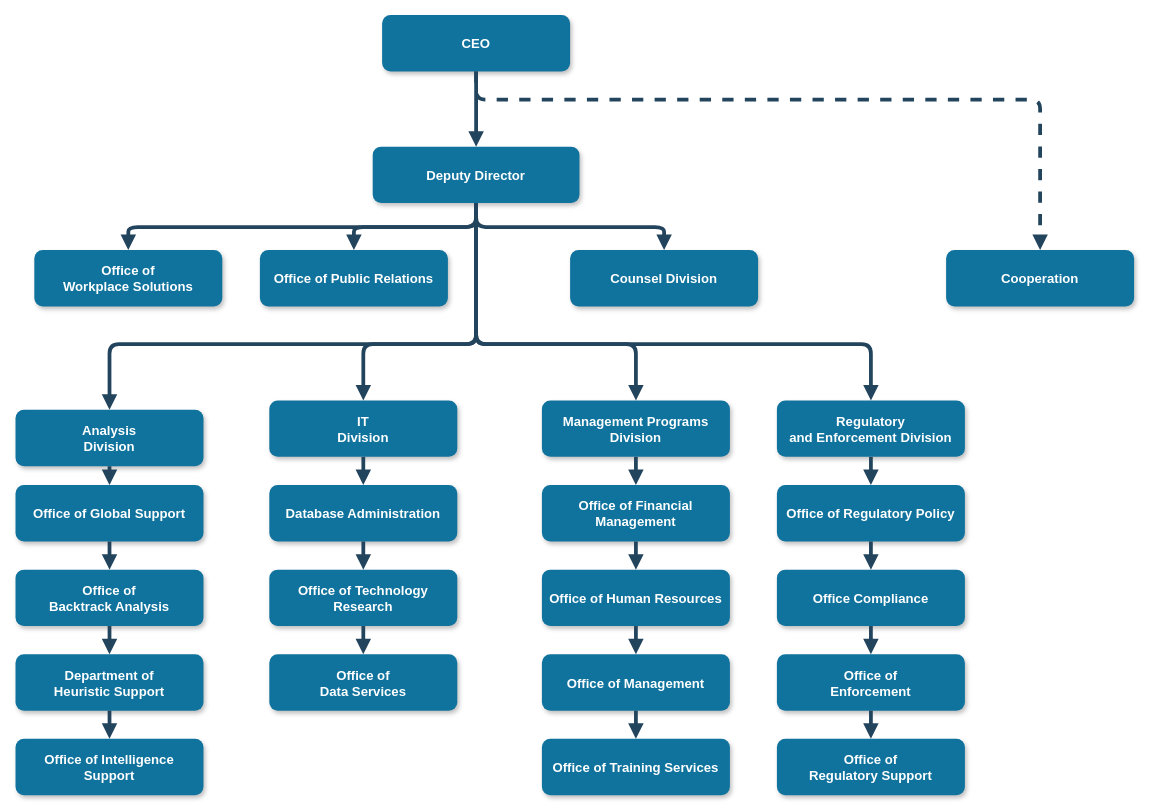
Before: Untitled Diagram.drawio in Dilzo16/basic_system_components, a draw.io diagram. Source tidied: cells renumbered, new cells numbered last; positions are measured from the earlier drawing's top-left corner, leaving out a move shared by most shapes. Both pictures are drawn from the tidied source at 94%, with x=0, y=0 at pixel (15, 15).
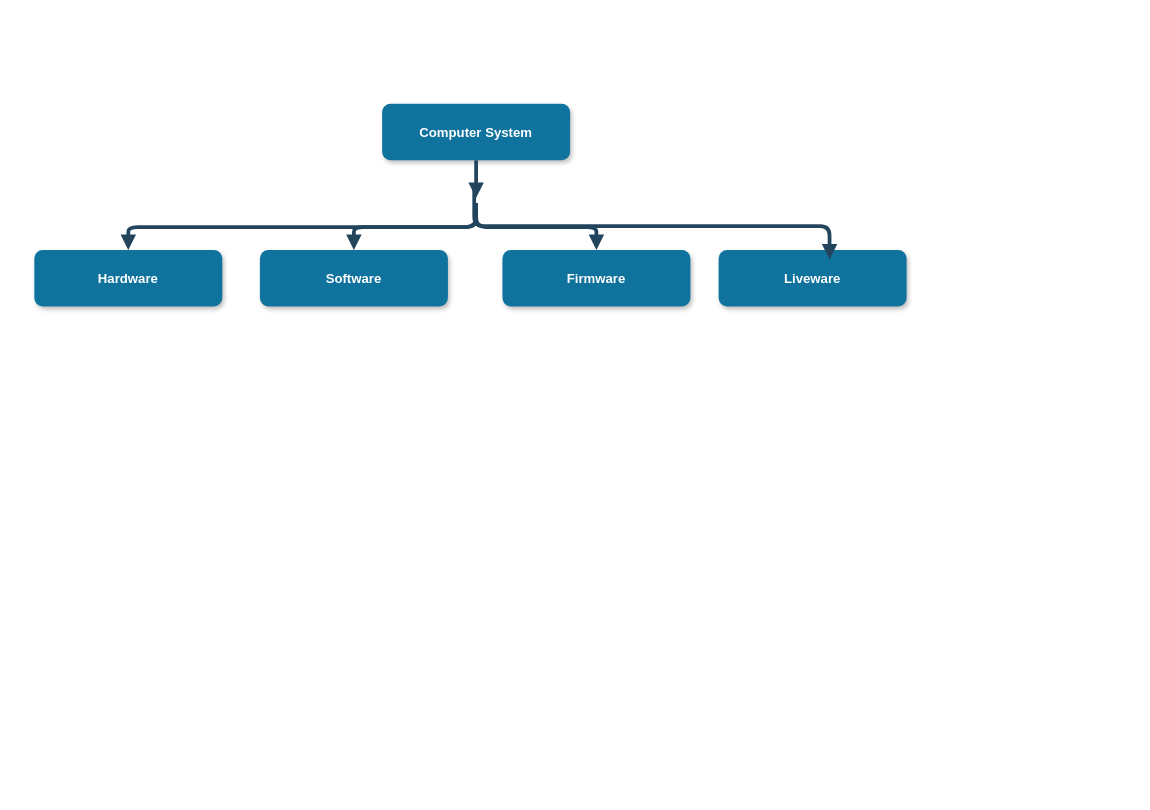
Above is the later version.

The edit, as a diff of the source:
```diff
@@
-    <mxCell id="2" value="CEO" style="rounded=1;fillColor=#10739E;strokeColor=none;shadow=1;gradientColor=none;fontStyle=1;fontColor=#FFFFFF;fontSize=14;" parent="1" vertex="1">
-      <mxGeometry x="390" y="-0.5" width="200" height="60" as="geometry" />
+    <mxCell id="2" value="Computer System" style="rounded=1;fillColor=#10739E;strokeColor=none;shadow=1;gradientColor=none;fontStyle=1;fontColor=#FFFFFF;fontSize=14;" parent="1" vertex="1">
+      <mxGeometry x="390" y="94" width="200" height="60" as="geometry" />
     </mxCell>
-    <mxCell id="3" value="Deputy Director" style="rounded=1;fillColor=#10739E;strokeColor=none;shadow=1;gradientColor=none;fontStyle=1;fontColor=#FFFFFF;fontSize=14;" parent="1" vertex="1">
-      <mxGeometry x="380" y="139.5" width="220" height="60" as="geometry" />
-    </mxCell>
-    <mxCell id="4" value="Office of &#10;Workplace Solutions" style="rounded=1;fillColor=#10739E;strokeColor=none;shadow=1;gradientColor=none;fontStyle=1;fontColor=#FFFFFF;fontSize=14;" parent="1" vertex="1">
+    <mxCell id="4" value="Hardware" style="rounded=1;fillColor=#10739E;strokeColor=none;shadow=1;gradientColor=none;fontStyle=1;fontColor=#FFFFFF;fontSize=14;" parent="1" vertex="1">
       <mxGeometry x="20" y="249.5" width="200" height="60" as="geometry" />
     </mxCell>
-    <mxCell id="5" value="Office of Public Relations" style="rounded=1;fillColor=#10739E;strokeColor=none;shadow=1;gradientColor=none;fontStyle=1;fontColor=#FFFFFF;fontSize=14;" parent="1" vertex="1">
+    <mxCell id="5" value="Software" style="rounded=1;fillColor=#10739E;strokeColor=none;shadow=1;gradientColor=none;fontStyle=1;fontColor=#FFFFFF;fontSize=14;" parent="1" vertex="1">
       <mxGeometry x="260" y="249.5" width="200" height="60" as="geometry" />
     </mxCell>
-    <mxCell id="6" value="Counsel Division" style="rounded=1;fillColor=#10739E;strokeColor=none;shadow=1;gradientColor=none;fontStyle=1;fontColor=#FFFFFF;fontSize=14;" parent="1" vertex="1">
-      <mxGeometry x="590" y="249.5" width="200" height="60" as="geometry" />
+    <mxCell id="6" value="Firmware" style="rounded=1;fillColor=#10739E;strokeColor=none;shadow=1;gradientColor=none;fontStyle=1;fontColor=#FFFFFF;fontSize=14;" parent="1" vertex="1">
+      <mxGeometry x="518" y="249.5" width="200" height="60" as="geometry" />
     </mxCell>
-    <mxCell id="7" value="Cooperation" style="rounded=1;fillColor=#10739E;strokeColor=none;shadow=1;gradientColor=none;fontStyle=1;fontColor=#FFFFFF;fontSize=14;" parent="1" vertex="1">
-      <mxGeometry x="990" y="249.5" width="200" height="60" as="geometry" />
+    <mxCell id="7" value="Liveware" style="rounded=1;fillColor=#10739E;strokeColor=none;shadow=1;gradientColor=none;fontStyle=1;fontColor=#FFFFFF;fontSize=14;" parent="1" vertex="1">
+      <mxGeometry x="748" y="249.5" width="200" height="60" as="geometry" />
     </mxCell>
-    <mxCell id="8" value="Analysis &#10;Division" style="rounded=1;fillColor=#10739E;strokeColor=none;shadow=1;gradientColor=none;fontStyle=1;fontColor=#FFFFFF;fontSize=14;" parent="1" vertex="1">
-      <mxGeometry y="419.5" width="200" height="60" as="geometry" />
-    </mxCell>
-    <mxCell id="9" value="Office of Global Support" style="rounded=1;fillColor=#10739E;strokeColor=none;shadow=1;gradientColor=none;fontStyle=1;fontColor=#FFFFFF;fontSize=14;" parent="1" vertex="1">
-      <mxGeometry y="499.5" width="200" height="60" as="geometry" />
-    </mxCell>
-    <mxCell id="10" value="Office of &#10;Backtrack Analysis" style="rounded=1;fillColor=#10739E;strokeColor=none;shadow=1;gradientColor=none;fontStyle=1;fontColor=#FFFFFF;fontSize=14;" parent="1" vertex="1">
-      <mxGeometry y="589.5" width="200" height="60" as="geometry" />
-    </mxCell>
-    <mxCell id="11" value="Department of &#10;Heuristic Support" style="rounded=1;fillColor=#10739E;strokeColor=none;shadow=1;gradientColor=none;fontStyle=1;fontColor=#FFFFFF;fontSize=14;" parent="1" vertex="1">
-      <mxGeometry y="679.5" width="200" height="60" as="geometry" />
-    </mxCell>
-    <mxCell id="12" value="Office of Intelligence &#10;Support" style="rounded=1;fillColor=#10739E;strokeColor=none;shadow=1;gradientColor=none;fontStyle=1;fontColor=#FFFFFF;fontSize=14;" parent="1" vertex="1">
-      <mxGeometry y="769.5" width="200" height="60" as="geometry" />
-    </mxCell>
-    <mxCell id="13" value="IT&#10;Division" style="rounded=1;fillColor=#10739E;strokeColor=none;shadow=1;gradientColor=none;fontStyle=1;fontColor=#FFFFFF;fontSize=14;" parent="1" vertex="1">
-      <mxGeometry x="270" y="409.5" width="200" height="60" as="geometry" />
-    </mxCell>
-    <mxCell id="14" value="Database Administration" style="rounded=1;fillColor=#10739E;strokeColor=none;shadow=1;gradientColor=none;fontStyle=1;fontColor=#FFFFFF;fontSize=14;" parent="1" vertex="1">
-      <mxGeometry x="270" y="499.5" width="200" height="60" as="geometry" />
-    </mxCell>
-    <mxCell id="15" value="Office of Technology &#10;Research" style="rounded=1;fillColor=#10739E;strokeColor=none;shadow=1;gradientColor=none;fontStyle=1;fontColor=#FFFFFF;fontSize=14;" parent="1" vertex="1">
-      <mxGeometry x="270" y="589.5" width="200" height="60" as="geometry" />
-    </mxCell>
-    <mxCell id="16" value="Office of&#10;Data Services" style="rounded=1;fillColor=#10739E;strokeColor=none;shadow=1;gradientColor=none;fontStyle=1;fontColor=#FFFFFF;fontSize=14;" parent="1" vertex="1">
-      <mxGeometry x="270" y="679.5" width="200" height="60" as="geometry" />
-    </mxCell>
-    <mxCell id="17" value="Management Programs &#10;Division" style="rounded=1;fillColor=#10739E;strokeColor=none;shadow=1;gradientColor=none;fontStyle=1;fontColor=#FFFFFF;fontSize=14;" parent="1" vertex="1">
-      <mxGeometry x="560" y="409.5" width="200" height="60" as="geometry" />
-    </mxCell>
-    <mxCell id="18" value="Office of Financial &#10;Management" style="rounded=1;fillColor=#10739E;strokeColor=none;shadow=1;gradientColor=none;fontStyle=1;fontColor=#FFFFFF;fontSize=14;" parent="1" vertex="1">
-      <mxGeometry x="560" y="499.5" width="200" height="60" as="geometry" />
-    </mxCell>
-    <mxCell id="19" value="Office of Human Resources" style="rounded=1;fillColor=#10739E;strokeColor=none;shadow=1;gradientColor=none;fontStyle=1;fontColor=#FFFFFF;fontSize=14;" parent="1" vertex="1">
-      <mxGeometry x="560" y="589.5" width="200" height="60" as="geometry" />
-    </mxCell>
-    <mxCell id="20" value="Office of Management " style="rounded=1;fillColor=#10739E;strokeColor=none;shadow=1;gradientColor=none;fontStyle=1;fontColor=#FFFFFF;fontSize=14;" parent="1" vertex="1">
-      <mxGeometry x="560" y="679.5" width="200" height="60" as="geometry" />
-    </mxCell>
-    <mxCell id="21" value="Office of Training Services" style="rounded=1;fillColor=#10739E;strokeColor=none;shadow=1;gradientColor=none;fontStyle=1;fontColor=#FFFFFF;fontSize=14;" parent="1" vertex="1">
-      <mxGeometry x="560" y="769.5" width="200" height="60" as="geometry" />
-    </mxCell>
-    <mxCell id="22" value="Regulatory &#10;and Enforcement Division" style="rounded=1;fillColor=#10739E;strokeColor=none;shadow=1;gradientColor=none;fontStyle=1;fontColor=#FFFFFF;fontSize=14;" parent="1" vertex="1">
-      <mxGeometry x="810" y="409.5" width="200" height="60" as="geometry" />
-    </mxCell>
-    <mxCell id="23" value="Office of Regulatory Policy" style="rounded=1;fillColor=#10739E;strokeColor=none;shadow=1;gradientColor=none;fontStyle=1;fontColor=#FFFFFF;fontSize=14;" parent="1" vertex="1">
-      <mxGeometry x="810" y="499.5" width="200" height="60" as="geometry" />
-    </mxCell>
-    <mxCell id="24" value="Office Compliance" style="rounded=1;fillColor=#10739E;strokeColor=none;shadow=1;gradientColor=none;fontStyle=1;fontColor=#FFFFFF;fontSize=14;" parent="1" vertex="1">
-      <mxGeometry x="810" y="589.5" width="200" height="60" as="geometry" />
-    </mxCell>
-    <mxCell id="25" value="Office of &#10;Enforcement" style="rounded=1;fillColor=#10739E;strokeColor=none;shadow=1;gradientColor=none;fontStyle=1;fontColor=#FFFFFF;fontSize=14;" parent="1" vertex="1">
-      <mxGeometry x="810" y="679.5" width="200" height="60" as="geometry" />
-    </mxCell>
-    <mxCell id="26" value="Office of&#10; Regulatory Support" style="rounded=1;fillColor=#10739E;strokeColor=none;shadow=1;gradientColor=none;fontStyle=1;fontColor=#FFFFFF;fontSize=14;" parent="1" vertex="1">
-      <mxGeometry x="810" y="769.5" width="200" height="60" as="geometry" />
-    </mxCell>
-    <mxCell id="27" style="edgeStyle=elbowEdgeStyle;elbow=vertical;strokeWidth=4;endArrow=block;endFill=1;fontStyle=1;strokeColor=#23445D;" parent="1" edge="1" source="2" target="3">
-      <mxGeometry x="22" y="165.5" as="geometry" />
+    <mxCell id="27" style="edgeStyle=elbowEdgeStyle;elbow=vertical;strokeWidth=4;endArrow=block;endFill=1;fontStyle=1;strokeColor=#23445D;" parent="1" edge="1" source="2">
+      <mxGeometry x="22" y="165.5" as="geometry">
+        <mxPoint x="490" y="194" as="targetPoint" />
+      </mxGeometry>
     </mxCell>
-    <mxCell id="28" style="edgeStyle=elbowEdgeStyle;elbow=vertical;strokeWidth=4;endArrow=block;endFill=1;fontStyle=1;strokeColor=#23445D;" parent="1" edge="1" source="3" target="5">
-      <mxGeometry x="22" y="165.5" as="geometry" />
+    <mxCell id="28" style="edgeStyle=elbowEdgeStyle;elbow=vertical;strokeWidth=4;endArrow=block;endFill=1;fontStyle=1;strokeColor=#23445D;" parent="1" edge="1" target="5">
+      <mxGeometry x="22" y="165.5" as="geometry">
+        <mxPoint x="490" y="199.5" as="sourcePoint" />
+      </mxGeometry>
     </mxCell>
-    <mxCell id="29" style="edgeStyle=elbowEdgeStyle;elbow=vertical;strokeWidth=4;endArrow=block;endFill=1;fontStyle=1;strokeColor=#23445D;" parent="1" edge="1" source="3" target="4">
-      <mxGeometry x="22" y="165.5" as="geometry" />
+    <mxCell id="29" style="edgeStyle=elbowEdgeStyle;elbow=vertical;strokeWidth=4;endArrow=block;endFill=1;fontStyle=1;strokeColor=#23445D;" parent="1" edge="1" target="4">
+      <mxGeometry x="22" y="165.5" as="geometry">
+        <mxPoint x="490" y="199.5" as="sourcePoint" />
+      </mxGeometry>
     </mxCell>
-    <mxCell id="30" style="edgeStyle=elbowEdgeStyle;elbow=vertical;strokeWidth=4;endArrow=block;endFill=1;fontStyle=1;strokeColor=#23445D;" parent="1" edge="1" source="3" target="6">
-      <mxGeometry x="22" y="165.5" as="geometry" />
+    <mxCell id="30" style="edgeStyle=elbowEdgeStyle;elbow=vertical;strokeWidth=4;endArrow=block;endFill=1;fontStyle=1;strokeColor=#23445D;" parent="1" edge="1" target="6">
+      <mxGeometry x="22" y="165.5" as="geometry">
+        <mxPoint x="490" y="199.5" as="sourcePoint" />
+      </mxGeometry>
     </mxCell>
-    <mxCell id="31" style="edgeStyle=elbowEdgeStyle;elbow=vertical;strokeWidth=4;endArrow=block;endFill=1;fontStyle=1;dashed=1;strokeColor=#23445D;" parent="1" edge="1" source="2" target="7">
-      <mxGeometry x="22" y="165.5" as="geometry">
-        <Array as="points">
-          <mxPoint x="780" y="89.5" />
-        </Array>
-      </mxGeometry>
-    </mxCell>
-    <mxCell id="32" style="edgeStyle=elbowEdgeStyle;elbow=vertical;strokeWidth=4;endArrow=block;endFill=1;fontStyle=1;strokeColor=#23445D;" parent="1" edge="1" source="3" target="8">
-      <mxGeometry x="22" y="165.5" as="geometry">
-        <Array as="points">
-          <mxPoint x="270" y="349.5" />
-        </Array>
-      </mxGeometry>
-    </mxCell>
-    <mxCell id="33" style="edgeStyle=elbowEdgeStyle;elbow=vertical;strokeWidth=4;endArrow=block;endFill=1;fontStyle=1;strokeColor=#23445D;" parent="1" edge="1" source="3" target="22">
-      <mxGeometry x="22" y="165.5" as="geometry">
-        <Array as="points">
-          <mxPoint x="690" y="349.5" />
-        </Array>
-      </mxGeometry>
-    </mxCell>
-    <mxCell id="34" style="edgeStyle=elbowEdgeStyle;elbow=vertical;strokeWidth=4;endArrow=block;endFill=1;fontStyle=1;strokeColor=#23445D;" parent="1" edge="1" source="8" target="9">
-      <mxGeometry x="62" y="165.5" as="geometry" />
-    </mxCell>
-    <mxCell id="35" style="edgeStyle=elbowEdgeStyle;elbow=vertical;strokeWidth=4;endArrow=block;endFill=1;fontStyle=1;strokeColor=#23445D;" parent="1" edge="1" source="9" target="10">
-      <mxGeometry x="62" y="175.5" as="geometry" />
-    </mxCell>
-    <mxCell id="36" style="edgeStyle=elbowEdgeStyle;elbow=vertical;strokeWidth=4;endArrow=block;endFill=1;fontStyle=1;strokeColor=#23445D;" parent="1" edge="1" source="10" target="11">
-      <mxGeometry x="62" y="185.5" as="geometry" />
-    </mxCell>
-    <mxCell id="37" style="edgeStyle=elbowEdgeStyle;elbow=vertical;strokeWidth=4;endArrow=block;endFill=1;fontStyle=1;strokeColor=#23445D;" parent="1" edge="1" source="11" target="12">
-      <mxGeometry x="62" y="195.5" as="geometry" />
-    </mxCell>
-    <mxCell id="38" style="edgeStyle=elbowEdgeStyle;elbow=vertical;strokeWidth=4;endArrow=block;endFill=1;fontStyle=1;strokeColor=#23445D;" parent="1" edge="1" source="13" target="14">
-      <mxGeometry x="62" y="165.5" as="geometry" />
-    </mxCell>
-    <mxCell id="39" style="edgeStyle=elbowEdgeStyle;elbow=vertical;strokeWidth=4;endArrow=block;endFill=1;fontStyle=1;strokeColor=#23445D;" parent="1" edge="1" source="14" target="15">
-      <mxGeometry x="62" y="175.5" as="geometry" />
-    </mxCell>
-    <mxCell id="40" style="edgeStyle=elbowEdgeStyle;elbow=vertical;strokeWidth=4;endArrow=block;endFill=1;fontStyle=1;strokeColor=#23445D;" parent="1" edge="1" source="15" target="16">
-      <mxGeometry x="62" y="185.5" as="geometry" />
-    </mxCell>
-    <mxCell id="41" style="edgeStyle=elbowEdgeStyle;elbow=vertical;strokeWidth=4;endArrow=block;endFill=1;fontStyle=1;strokeColor=#23445D;" parent="1" edge="1" source="17" target="18">
-      <mxGeometry x="72" y="165.5" as="geometry" />
-    </mxCell>
-    <mxCell id="42" style="edgeStyle=elbowEdgeStyle;elbow=vertical;strokeWidth=4;endArrow=block;endFill=1;fontStyle=1;strokeColor=#23445D;" parent="1" edge="1" source="18" target="19">
-      <mxGeometry x="72" y="175.5" as="geometry" />
-    </mxCell>
-    <mxCell id="43" style="edgeStyle=elbowEdgeStyle;elbow=vertical;strokeWidth=4;endArrow=block;endFill=1;fontStyle=1;strokeColor=#23445D;" parent="1" edge="1" source="19" target="20">
-      <mxGeometry x="72" y="185.5" as="geometry" />
-    </mxCell>
-    <mxCell id="44" style="edgeStyle=elbowEdgeStyle;elbow=vertical;strokeWidth=4;endArrow=block;endFill=1;fontStyle=1;strokeColor=#23445D;" parent="1" edge="1" source="20" target="21">
-      <mxGeometry x="72" y="195.5" as="geometry" />
-    </mxCell>
-    <mxCell id="45" style="edgeStyle=elbowEdgeStyle;elbow=vertical;strokeWidth=4;endArrow=block;endFill=1;fontStyle=1;strokeColor=#23445D;" parent="1" edge="1" source="22" target="23">
-      <mxGeometry x="72" y="165.5" as="geometry" />
-    </mxCell>
-    <mxCell id="46" style="edgeStyle=elbowEdgeStyle;elbow=vertical;strokeWidth=4;endArrow=block;endFill=1;fontStyle=1;strokeColor=#23445D;" parent="1" edge="1" source="23" target="24">
-      <mxGeometry x="72" y="175.5" as="geometry" />
-    </mxCell>
-    <mxCell id="47" style="edgeStyle=elbowEdgeStyle;elbow=vertical;strokeWidth=4;endArrow=block;endFill=1;fontStyle=1;strokeColor=#23445D;" parent="1" edge="1" source="24" target="25">
-      <mxGeometry x="72" y="185.5" as="geometry" />
-    </mxCell>
-    <mxCell id="48" style="edgeStyle=elbowEdgeStyle;elbow=vertical;strokeWidth=4;endArrow=block;endFill=1;fontStyle=1;strokeColor=#23445D;" parent="1" edge="1" source="25" target="26">
-      <mxGeometry x="72" y="195.5" as="geometry" />
-    </mxCell>
-    <mxCell id="49" style="edgeStyle=elbowEdgeStyle;elbow=vertical;strokeWidth=4;endArrow=block;endFill=1;fontStyle=1;strokeColor=#23445D;" parent="1" edge="1" source="3" target="13">
-      <mxGeometry x="22" y="165.5" as="geometry">
-        <Array as="points">
-          <mxPoint x="370" y="349.5" />
-        </Array>
-      </mxGeometry>
-    </mxCell>
-    <mxCell id="50" style="edgeStyle=elbowEdgeStyle;elbow=vertical;strokeWidth=4;endArrow=block;endFill=1;fontStyle=1;strokeColor=#23445D;" parent="1" edge="1" source="3" target="17">
-      <mxGeometry x="22" y="165.5" as="geometry">
-        <Array as="points">
-          <mxPoint x="660" y="349.5" />
-        </Array>
-      </mxGeometry>
-    </mxCell>
+    <mxCell id="51" style="edgeStyle=elbowEdgeStyle;elbow=vertical;strokeWidth=4;endArrow=block;endFill=1;fontStyle=1;strokeColor=#23445D;" parent="1" edge="1">
+      <mxGeometry x="270" y="175.5" as="geometry">
+        <mxPoint x="488" y="184" as="sourcePoint" />
+        <mxPoint x="866" y="259.5" as="targetPoint" />
+        <Array as="points">
+          <mxPoint x="678" y="224" />
+        </Array>
+      </mxGeometry>
+    </mxCell>
```
